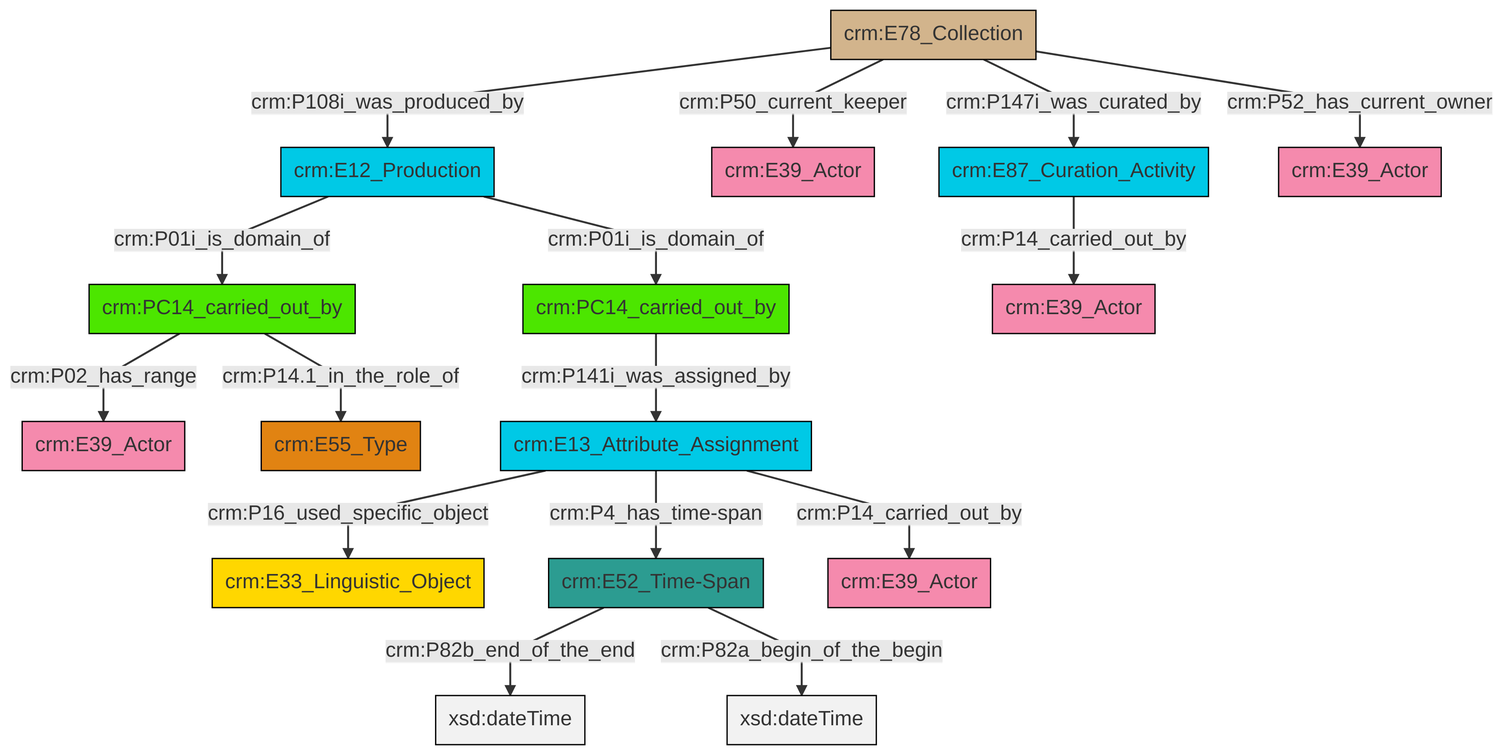
This is et/archivalCSV/ttl/mmd/png/archival_relation.png from swiss-art-research-net/docs.swissartresearch, a Mermaid export, as it was before one commit. Its source is kept beside it as et/archivalCSV/ttl/mmd/archival_relation.ttl.mmd.
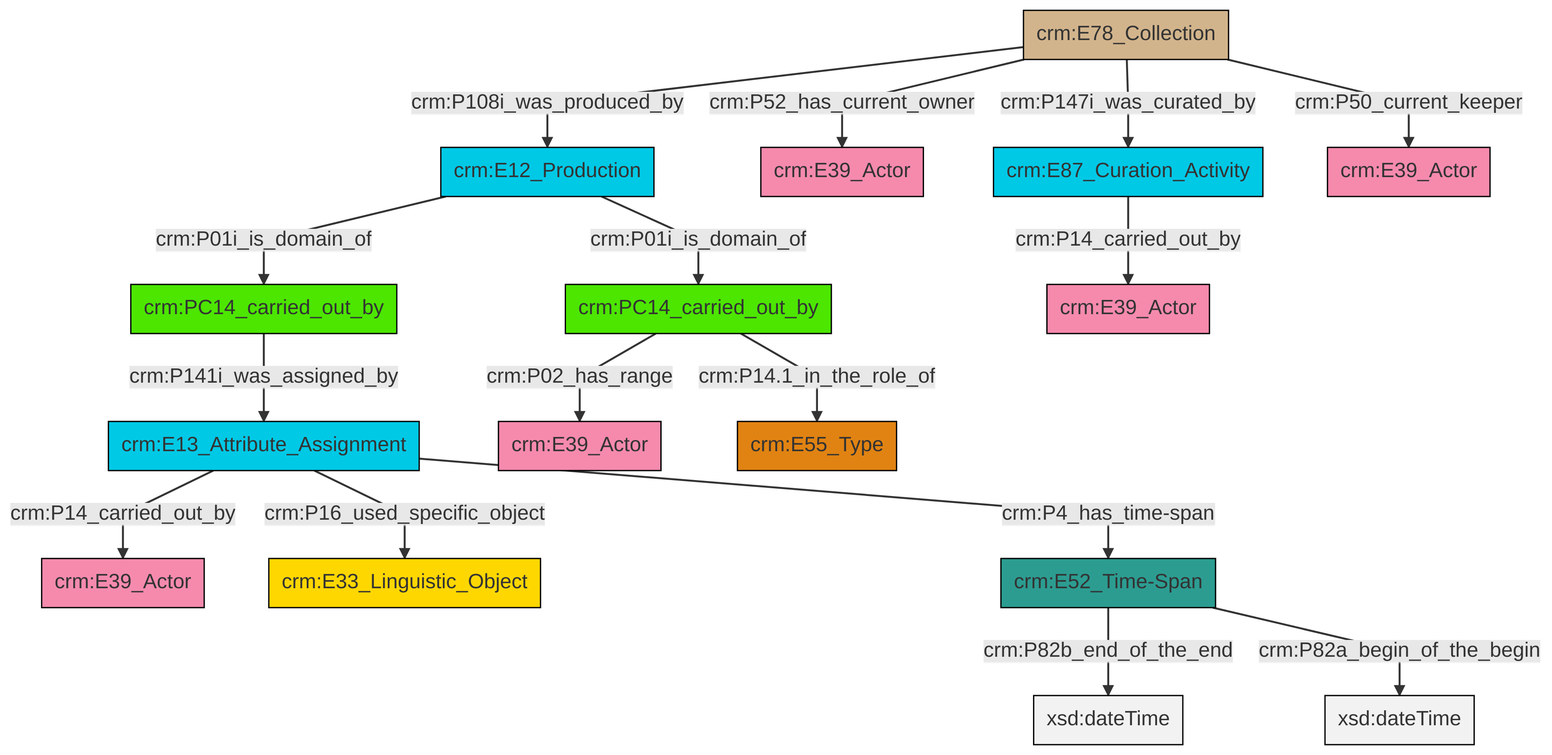
After the commit.

Change to the diagram source:
```diff
@@ -13,18 +13,18 @@
 classDef PC_Classes fill:#4ce600, stroke:#000000;
 classDef Multi fill:#cccccc,stroke:#000000;
 
-2["crm:E52_Time-Span"]:::Time-Span -->|crm:P82b_end_of_the_end| 3[xsd:dateTime]:::Literal
-4["crm:E78_Collection"]:::Physical_Thing -->|crm:P108i_was_produced_by| 5["crm:E12_Production"]:::Temporal_Entity
-4["crm:E78_Collection"]:::Physical_Thing -->|crm:P50_current_keeper| 0["crm:E39_Actor"]:::Actor
-6["crm:PC14_carried_out_by"]:::PC_Classes -->|crm:P02_has_range| 7["crm:E39_Actor"]:::Actor
-8["crm:E13_Attribute_Assignment"]:::Temporal_Entity -->|crm:P16_used_specific_object| 9["crm:E33_Linguistic_Object"]:::Conceptual_Object
+0["crm:PC14_carried_out_by"]:::PC_Classes -->|crm:P02_has_range| 1["crm:E39_Actor"]:::Actor
+6["crm:E78_Collection"]:::Physical_Thing -->|crm:P108i_was_produced_by| 7["crm:E12_Production"]:::Temporal_Entity
+0["crm:PC14_carried_out_by"]:::PC_Classes -->|crm:P14.1_in_the_role_of| 8["crm:E55_Type"]:::Type
+6["crm:E78_Collection"]:::Physical_Thing -->|crm:P52_has_current_owner| 2["crm:E39_Actor"]:::Actor
 11["crm:E87_Curation_Activity"]:::Temporal_Entity -->|crm:P14_carried_out_by| 12["crm:E39_Actor"]:::Actor
-6["crm:PC14_carried_out_by"]:::PC_Classes -->|crm:P14.1_in_the_role_of| 14["crm:E55_Type"]:::Type
-4["crm:E78_Collection"]:::Physical_Thing -->|crm:P147i_was_curated_by| 11["crm:E87_Curation_Activity"]:::Temporal_Entity
-5["crm:E12_Production"]:::Temporal_Entity -->|crm:P01i_is_domain_of| 6["crm:PC14_carried_out_by"]:::PC_Classes
-2["crm:E52_Time-Span"]:::Time-Span -->|crm:P82a_begin_of_the_begin| 19[xsd:dateTime]:::Literal
-16["crm:PC14_carried_out_by"]:::PC_Classes -->|crm:P141i_was_assigned_by| 8["crm:E13_Attribute_Assignment"]:::Temporal_Entity
-8["crm:E13_Attribute_Assignment"]:::Temporal_Entity -->|crm:P4_has_time-span| 2["crm:E52_Time-Span"]:::Time-Span
-8["crm:E13_Attribute_Assignment"]:::Temporal_Entity -->|crm:P14_carried_out_by| 25["crm:E39_Actor"]:::Actor
-4["crm:E78_Collection"]:::Physical_Thing -->|crm:P52_has_current_owner| 22["crm:E39_Actor"]:::Actor
-5["crm:E12_Production"]:::Temporal_Entity -->|crm:P01i_is_domain_of| 16["crm:PC14_carried_out_by"]:::PC_Classes
+6["crm:E78_Collection"]:::Physical_Thing -->|crm:P147i_was_curated_by| 11["crm:E87_Curation_Activity"]:::Temporal_Entity
+13["crm:E52_Time-Span"]:::Time-Span -->|crm:P82b_end_of_the_end| 17[xsd:dateTime]:::Literal
+7["crm:E12_Production"]:::Temporal_Entity -->|crm:P01i_is_domain_of| 18["crm:PC14_carried_out_by"]:::PC_Classes
+6["crm:E78_Collection"]:::Physical_Thing -->|crm:P50_current_keeper| 21["crm:E39_Actor"]:::Actor
+24["crm:E13_Attribute_Assignment"]:::Temporal_Entity -->|crm:P14_carried_out_by| 4["crm:E39_Actor"]:::Actor
+7["crm:E12_Production"]:::Temporal_Entity -->|crm:P01i_is_domain_of| 0["crm:PC14_carried_out_by"]:::PC_Classes
+18["crm:PC14_carried_out_by"]:::PC_Classes -->|crm:P141i_was_assigned_by| 24["crm:E13_Attribute_Assignment"]:::Temporal_Entity
+24["crm:E13_Attribute_Assignment"]:::Temporal_Entity -->|crm:P16_used_specific_object| 19["crm:E33_Linguistic_Object"]:::Conceptual_Object
+24["crm:E13_Attribute_Assignment"]:::Temporal_Entity -->|crm:P4_has_time-span| 13["crm:E52_Time-Span"]:::Time-Span
+13["crm:E52_Time-Span"]:::Time-Span -->|crm:P82a_begin_of_the_begin| 28[xsd:dateTime]:::Literal
```
